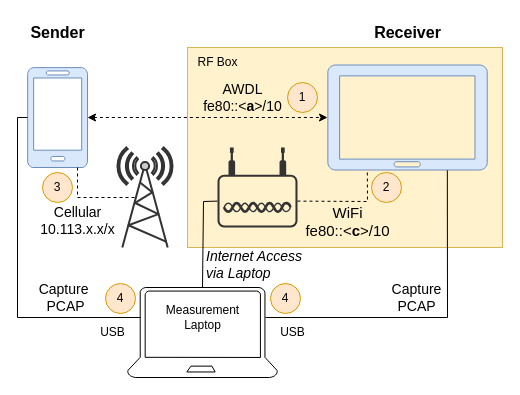
This is resources/AirDrop Test 3.drawio from JustusvonderBeek/master-thesis-scripts-and-measures, a draw.io file, before an edit. Source tidied: cells renumbered, new cells numbered last; positions are measured from the earlier drawing's top-left corner, leaving out a move shared by most shapes. Both pictures are drawn from the tidied source at 100%, with x=0, y=0 at pixel (17, 17).
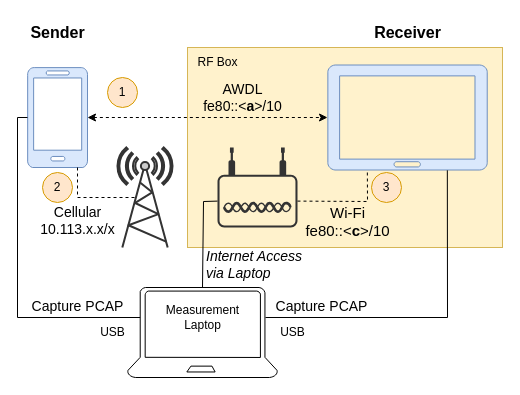
The same page after the edit.

Unchanged cells that the change refers to:
```xml
<mxCell id="3" style="verticalLabelPosition=bottom;html=1;verticalAlign=top;align=center;shape=mxgraph.azure.mobile;fillColor=#dae8fc;strokeColor=#6c8ebf;" parent="1" vertex="1">
  <mxGeometry x="10" y="50" width="60" height="100" as="geometry" />
</mxCell>
<mxCell id="4" style="verticalLabelPosition=bottom;html=1;verticalAlign=top;align=center;shape=mxgraph.azure.tablet;fillColor=#dae8fc;strokeColor=#6c8ebf;" parent="1" vertex="1">
  <mxGeometry x="310" y="47.5" width="160" height="105" as="geometry" />
</mxCell>
<mxCell id="14" style="points=[[0.03,0.36,0],[0.18,0,0],[0.5,0.34,0],[0.82,0,0],[0.97,0.36,0],[1,0.67,0],[0.975,0.975,0],[0.5,1,0],[0.025,0.975,0],[0,0.67,0]];verticalLabelPosition=bottom;sketch=0;html=1;verticalAlign=top;align=center;shape=mxgraph.cisco19.wireless_access_point;fillColor=#333333;strokeColor=none;" parent="1" vertex="1">
  <mxGeometry x="200" y="130" width="80" height="80" as="geometry" />
</mxCell>
```

What changed in the source:
```diff
@@
-    <mxCell id="8" value="&lt;div&gt;Capture&amp;nbsp;&lt;/div&gt;&lt;div&gt;PCAP&lt;/div&gt;" style="endArrow=none;html=1;rounded=0;exitX=0;exitY=0.5;exitDx=0;exitDy=0;exitPerimeter=0;fontSize=14;fontStyle=0;verticalAlign=bottom;" parent="1" edge="1" source="3">
-      <mxGeometry x="0.55" relative="1" as="geometry">
+    <mxCell id="8" value="&lt;div&gt;Capture PCAP&lt;/div&gt;" style="endArrow=none;html=1;rounded=0;exitX=0;exitY=0.5;exitDx=0;exitDy=0;exitPerimeter=0;fontSize=14;fontStyle=0;verticalAlign=bottom;" parent="1" edge="1" source="3">
+      <mxGeometry x="0.62" relative="1" as="geometry">
         <mxPoint x="123" y="300" as="targetPoint" />
         <Array as="points">
           <mxPoint y="100" />
           <mxPoint y="300" />
         </Array>
       </mxGeometry>
     </mxCell>
@@
-    <mxCell id="11" value="&lt;div&gt;Capture&lt;/div&gt;&lt;div&gt;PCAP&lt;/div&gt;" style="endArrow=none;html=1;rounded=0;entryX=0.749;entryY=1.003;entryDx=0;entryDy=0;entryPerimeter=0;fontStyle=0;fontSize=14;verticalAlign=bottom;" parent="1" edge="1" target="4">
-      <mxGeometry x="-0.08" relative="1" as="geometry">
+    <mxCell id="11" value="&lt;div&gt;Capture PCAP&lt;/div&gt;" style="endArrow=none;html=1;rounded=0;entryX=0.749;entryY=1.003;entryDx=0;entryDy=0;entryPerimeter=0;fontStyle=0;fontSize=14;verticalAlign=bottom;" parent="1" edge="1" target="4">
+      <mxGeometry x="-0.66" relative="1" as="geometry">
         <mxPoint x="248" y="300" as="sourcePoint" />
         <Array as="points">
           <mxPoint x="430" y="300" />
         </Array>
       </mxGeometry>
     </mxCell>
@@
-    <mxCell id="15" value="&lt;div&gt;WiFi&lt;br&gt;&lt;/div&gt;&lt;div&gt;fe80::&amp;lt;&lt;b&gt;c&lt;/b&gt;&amp;gt;/10&lt;br&gt;&lt;/div&gt;" style="endArrow=none;dashed=1;html=1;rounded=0;exitX=1;exitY=0.67;exitDx=0;exitDy=0;exitPerimeter=0;entryX=0.249;entryY=0.997;entryDx=0;entryDy=0;entryPerimeter=0;fontStyle=0;fontSize=15;labelBorderColor=none;textShadow=0;labelBackgroundColor=none;verticalAlign=top;spacing=-2;" parent="1" edge="1" source="14" target="4">
+    <mxCell id="15" value="&lt;div&gt;Wi-Fi&lt;br&gt;&lt;/div&gt;&lt;div&gt;fe80::&amp;lt;&lt;b&gt;c&lt;/b&gt;&amp;gt;/10&lt;br&gt;&lt;/div&gt;" style="endArrow=none;dashed=1;html=1;rounded=0;exitX=1;exitY=0.67;exitDx=0;exitDy=0;exitPerimeter=0;entryX=0.249;entryY=0.997;entryDx=0;entryDy=0;entryPerimeter=0;fontStyle=0;fontSize=15;labelBorderColor=none;textShadow=0;labelBackgroundColor=none;verticalAlign=top;spacing=-2;" parent="1" edge="1" source="14" target="4">
       <mxGeometry x="-0.02" relative="1" as="geometry">
         <Array as="points">
           <mxPoint x="350" y="184" />
         </Array>
       </mxGeometry>
     </mxCell>
@@
     <mxCell id="20" value="1" style="ellipse;whiteSpace=wrap;html=1;fillColor=#ffe6cc;strokeColor=#d79b00;" parent="1" vertex="1">
-      <mxGeometry x="270" y="65" width="30" height="30" as="geometry" />
+      <mxGeometry x="90" y="60" width="30" height="30" as="geometry" />
     </mxCell>
-    <mxCell id="21" value="2" style="ellipse;whiteSpace=wrap;html=1;fillColor=#ffe6cc;strokeColor=#d79b00;" parent="1" vertex="1">
+    <mxCell id="21" value="3" style="ellipse;whiteSpace=wrap;html=1;fillColor=#ffe6cc;strokeColor=#d79b00;" parent="1" vertex="1">
       <mxGeometry x="354" y="155" width="30" height="30" as="geometry" />
     </mxCell>
-    <mxCell id="22" value="3" style="ellipse;whiteSpace=wrap;html=1;fillColor=#ffe6cc;strokeColor=#d79b00;" parent="1" vertex="1">
+    <mxCell id="22" value="2" style="ellipse;whiteSpace=wrap;html=1;fillColor=#ffe6cc;strokeColor=#d79b00;" parent="1" vertex="1">
       <mxGeometry x="25" y="155" width="30" height="30" as="geometry" />
     </mxCell>
-    <mxCell id="23" value="4" style="ellipse;whiteSpace=wrap;html=1;fillColor=#ffe6cc;strokeColor=#d79b00;" parent="1" vertex="1">
-      <mxGeometry x="88" y="266" width="30" height="30" as="geometry" />
-    </mxCell>
-    <mxCell id="24" value="4" style="ellipse;whiteSpace=wrap;html=1;fillColor=#ffe6cc;strokeColor=#d79b00;" parent="1" vertex="1">
-      <mxGeometry x="253" y="266" width="30" height="30" as="geometry" />
-    </mxCell>
```
